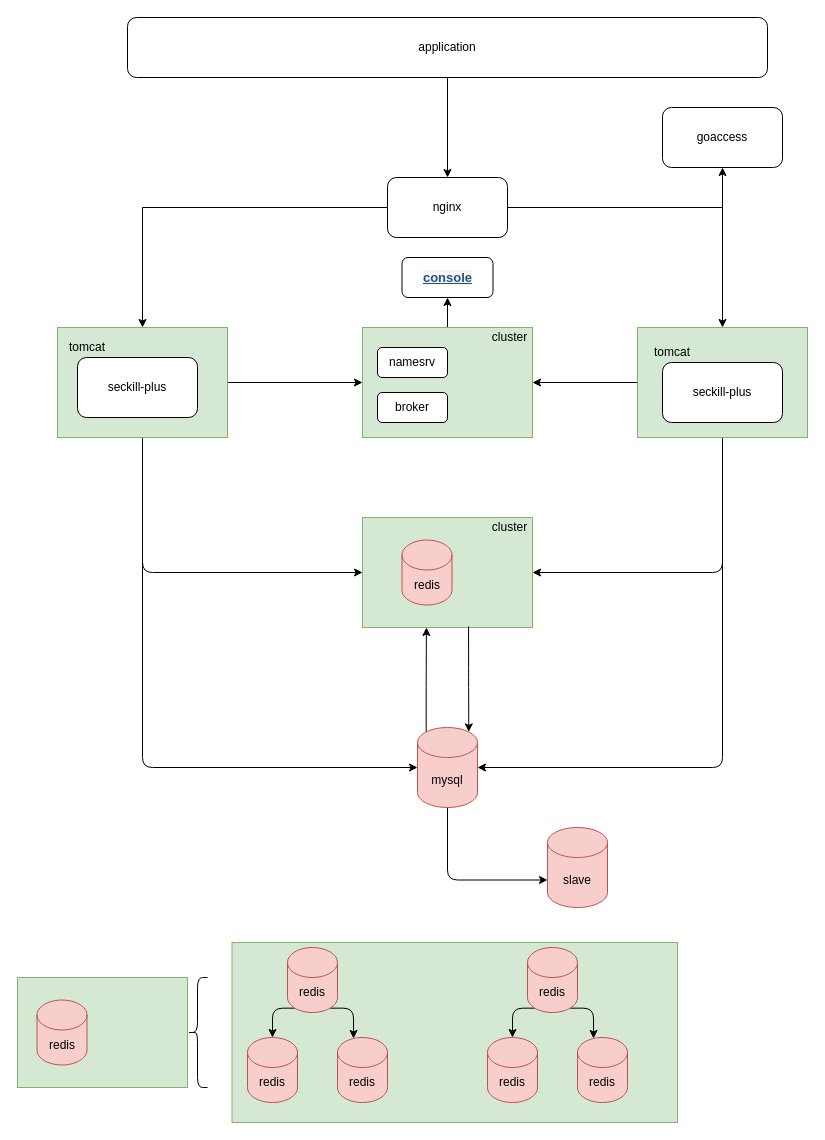
Above: digrams/seckill-plus.drawio in Alice52/diagrams (draw.io), before the change. Source tidied: cells renumbered, new cells numbered last; positions are measured from the earlier drawing's top-left corner, leaving out a move shared by most shapes. Both pictures are drawn from the tidied source at 100%, with x=0, y=0 at pixel (17, 17).
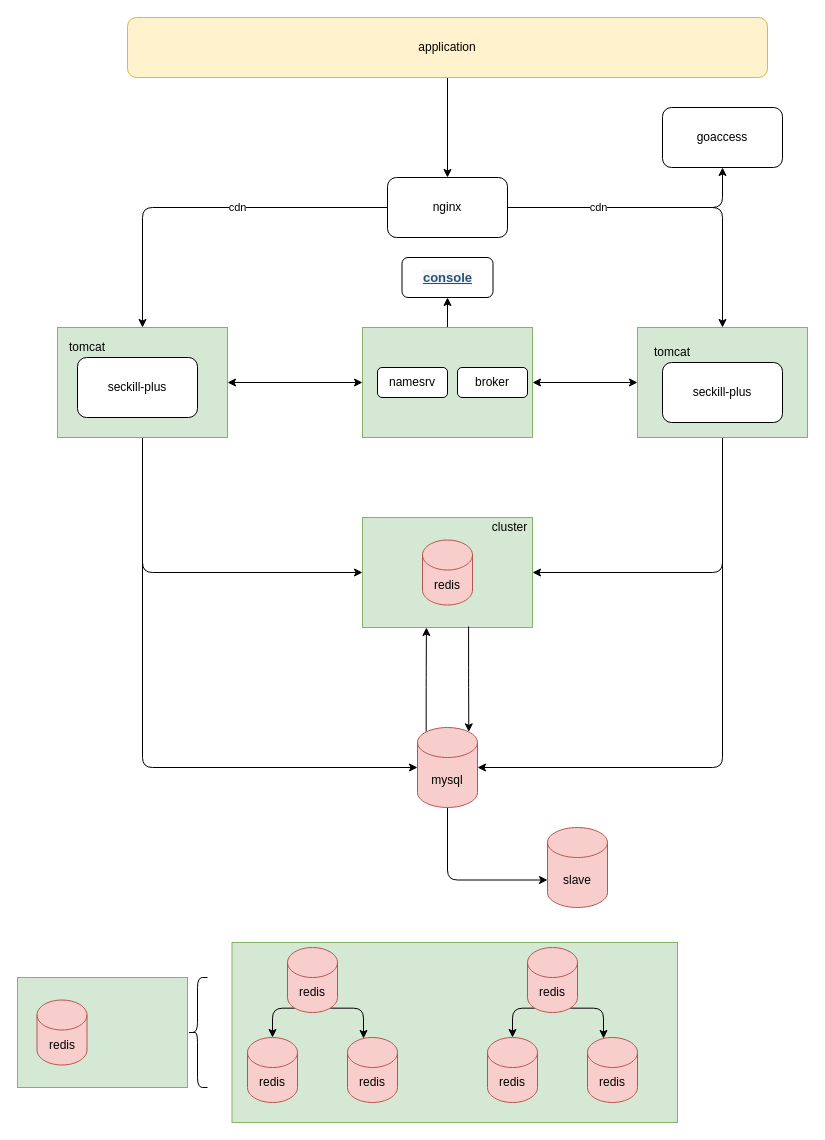
Above is the later version.

Commit message:
fix: update seckill-plus about layout

Unchanged cells that the change refers to:
```xml
<mxCell id="4" style="rounded=0;whiteSpace=wrap;html=1;fillColor=#d5e8d4;strokeColor=#82b366;" parent="1" vertex="1">
  <mxGeometry x="345" y="310" width="170" height="110" as="geometry" />
</mxCell>
<mxCell id="8" style="rounded=0;whiteSpace=wrap;html=1;fillColor=#d5e8d4;strokeColor=#82b366;" parent="1" vertex="1">
  <mxGeometry x="40" y="310" width="170" height="110" as="geometry" />
</mxCell>
<mxCell id="14" value="nginx" style="rounded=1;whiteSpace=wrap;html=1;" parent="1" vertex="1">
  <mxGeometry x="370" y="160" width="120" height="60" as="geometry" />
</mxCell>
<mxCell id="15" value="goaccess" style="whiteSpace=wrap;html=1;rounded=1;" parent="1" vertex="1">
  <mxGeometry x="645" y="90" width="120" height="60" as="geometry" />
</mxCell>
<mxCell id="21" style="rounded=0;whiteSpace=wrap;html=1;fillColor=#d5e8d4;strokeColor=#82b366;" parent="1" vertex="1">
  <mxGeometry x="620" y="310" width="170" height="110" as="geometry" />
</mxCell>
```

The edit, as a diff of the source:
```diff
@@
-    <mxCell id="5" style="edgeStyle=orthogonalEdgeStyle;rounded=0;jettySize=auto;html=1;exitX=1;exitY=0.5;exitDx=0;exitDy=0;entryX=0;entryY=0.5;entryDx=0;entryDy=0;" parent="1" edge="1" source="8" target="4">
+    <mxCell id="5" style="edgeStyle=orthogonalEdgeStyle;rounded=0;jettySize=auto;html=1;exitX=1;exitY=0.5;exitDx=0;exitDy=0;entryX=0;entryY=0.5;entryDx=0;entryDy=0;startArrow=classic;startFill=1;" parent="1" edge="1" source="8" target="4">
       <mxGeometry relative="1" as="geometry" />
     </mxCell>
@@
-    <mxCell id="10" value="application" style="rounded=1;whiteSpace=wrap;html=1;" parent="1" vertex="1">
+    <mxCell id="10" value="application" style="rounded=1;whiteSpace=wrap;html=1;fillColor=#fff2cc;strokeColor=#d6b656;" parent="1" vertex="1">
       <mxGeometry x="110" width="640" height="60" as="geometry" />
     </mxCell>
-    <mxCell id="11" style="edgeStyle=orthogonalEdgeStyle;rounded=0;jettySize=auto;html=1;" parent="1" edge="1" source="14" target="15">
+    <mxCell id="11" style="edgeStyle=orthogonalEdgeStyle;rounded=1;jettySize=auto;html=1;" parent="1" edge="1" source="14" target="15">
       <mxGeometry relative="1" as="geometry" />
     </mxCell>
-    <mxCell id="12" style="edgeStyle=orthogonalEdgeStyle;rounded=0;jettySize=auto;html=1;entryX=0.5;entryY=0;entryDx=0;entryDy=0;" parent="1" edge="1" source="14" target="8">
+    <mxCell id="12" style="edgeStyle=orthogonalEdgeStyle;jettySize=auto;html=1;entryX=0.5;entryY=0;entryDx=0;entryDy=0;rounded=1;" parent="1" edge="1" source="14" target="8">
       <mxGeometry relative="1" as="geometry" />
     </mxCell>
+    <mxCell id="49" value="cdn" style="edgeLabel;html=1;align=center;verticalAlign=middle;" parent="12" vertex="1">
+      <mxGeometry x="-0.17" y="2" relative="1" as="geometry">
+        <mxPoint y="-3" as="offset" />
+      </mxGeometry>
+    </mxCell>
-    <mxCell id="13" style="edgeStyle=orthogonalEdgeStyle;rounded=0;jettySize=auto;html=1;exitX=1;exitY=0.5;exitDx=0;exitDy=0;entryX=0.5;entryY=0;entryDx=0;entryDy=0;" parent="1" edge="1" source="14" target="21">
+    <mxCell id="13" style="edgeStyle=orthogonalEdgeStyle;rounded=1;jettySize=auto;html=1;exitX=1;exitY=0.5;exitDx=0;exitDy=0;entryX=0.5;entryY=0;entryDx=0;entryDy=0;" parent="1" edge="1" source="14" target="21">
       <mxGeometry relative="1" as="geometry" />
     </mxCell>
+    <mxCell id="50" value="cdn" style="edgeLabel;html=1;align=center;verticalAlign=middle;" parent="13" vertex="1">
+      <mxGeometry x="-0.46" y="1" relative="1" as="geometry" />
+    </mxCell>
@@
-    <mxCell id="18" style="edgeStyle=orthogonalEdgeStyle;rounded=0;jettySize=auto;html=1;exitX=0;exitY=0.5;exitDx=0;exitDy=0;entryX=1;entryY=0.5;entryDx=0;entryDy=0;" parent="1" edge="1" source="21" target="4">
+    <mxCell id="18" style="edgeStyle=orthogonalEdgeStyle;rounded=0;jettySize=auto;html=1;exitX=0;exitY=0.5;exitDx=0;exitDy=0;entryX=1;entryY=0.5;entryDx=0;entryDy=0;startArrow=classic;startFill=1;" parent="1" edge="1" source="21" target="4">
       <mxGeometry relative="1" as="geometry" />
     </mxCell>
@@
     <mxCell id="24" value="namesrv" style="rounded=1;whiteSpace=wrap;html=1;" parent="1" vertex="1">
-      <mxGeometry x="360" y="330" width="70" height="30" as="geometry" />
+      <mxGeometry x="360" y="350" width="70" height="30" as="geometry" />
     </mxCell>
-    <mxCell id="25" value="cluster" style="text;html=1;strokeColor=none;fillColor=none;align=center;verticalAlign=middle;whiteSpace=wrap;rounded=0;" parent="1" vertex="1">
-      <mxGeometry x="470" y="310" width="45" height="20" as="geometry" />
-    </mxCell>
     <mxCell id="26" value="broker" style="rounded=1;whiteSpace=wrap;html=1;" parent="1" vertex="1">
-      <mxGeometry x="360" y="375" width="70" height="30" as="geometry" />
+      <mxGeometry x="440" y="350" width="70" height="30" as="geometry" />
     </mxCell>
@@
     <mxCell id="30" value="redis" style="shape=cylinder3;whiteSpace=wrap;html=1;boundedLbl=1;backgroundOutline=1;size=15;fillColor=#f8cecc;strokeColor=#b85450;" parent="1" vertex="1">
-      <mxGeometry x="384.5" y="522.5" width="50" height="65" as="geometry" />
+      <mxGeometry x="405" y="522.5" width="50" height="65" as="geometry" />
     </mxCell>
@@
     <mxCell id="43" value="redis" style="shape=cylinder3;whiteSpace=wrap;html=1;boundedLbl=1;backgroundOutline=1;size=15;fillColor=#f8cecc;strokeColor=#b85450;" parent="1" vertex="1">
-      <mxGeometry x="320" y="1020" width="50" height="65" as="geometry" />
+      <mxGeometry x="330" y="1020" width="50" height="65" as="geometry" />
     </mxCell>
@@
     <mxCell id="48" value="redis" style="shape=cylinder3;whiteSpace=wrap;html=1;boundedLbl=1;backgroundOutline=1;size=15;fillColor=#f8cecc;strokeColor=#b85450;" parent="1" vertex="1">
-      <mxGeometry x="560" y="1020" width="50" height="65" as="geometry" />
+      <mxGeometry x="570" y="1020" width="50" height="65" as="geometry" />
     </mxCell>
```
